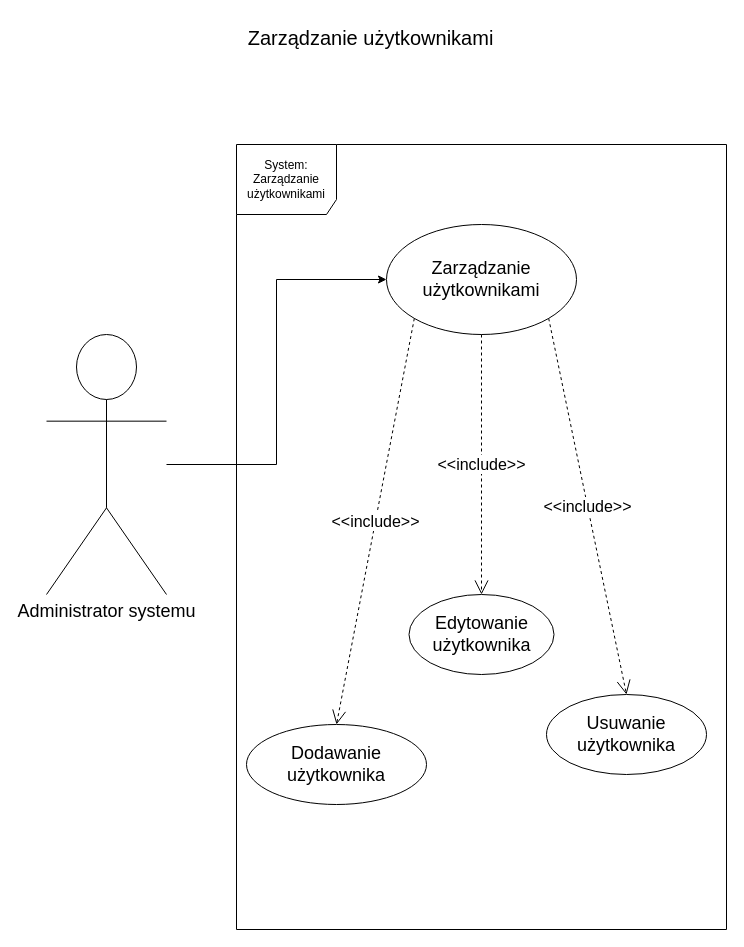
This is diagramy/PrzypadkiUzycia/Diagram1.drawio from kacperMa25/In-ynieriaOprogramowania, a draw.io file, before an edit. Source tidied: cells renumbered, new cells numbered last; positions are measured from the earlier drawing's top-left corner, leaving out a move shared by most shapes. Both pictures are drawn from the tidied source at 100%, with x=0, y=0 at pixel (46, 17).
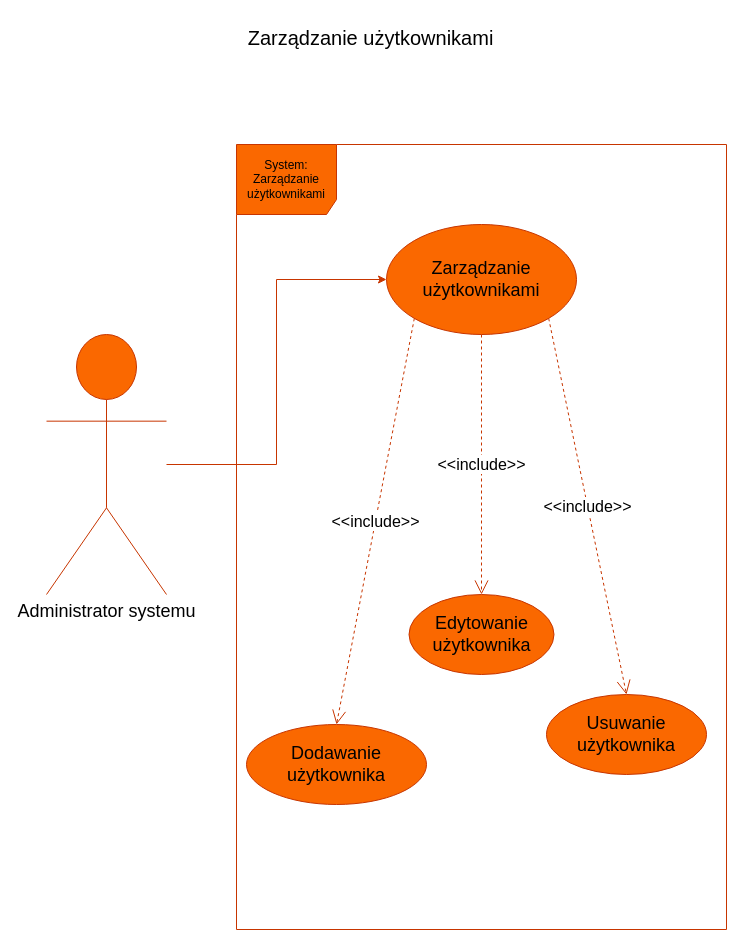
After the change.

What changed in the source:
```diff
@@
 <mxGraphModel>
   <root>
     <mxCell id="0" />
     <mxCell id="1" parent="0" />
-    <mxCell id="2" style="edgeStyle=orthogonalEdgeStyle;rounded=0;jettySize=auto;html=1;" parent="1" edge="1" source="3" target="5">
+    <mxCell id="2" style="edgeStyle=orthogonalEdgeStyle;rounded=0;jettySize=auto;html=1;fillColor=#fa6800;strokeColor=#C73500;" parent="1" edge="1" source="3" target="5">
       <mxGeometry relative="1" as="geometry" />
     </mxCell>
-    <mxCell id="3" value="&lt;font style=&quot;font-size: 18px;&quot;&gt;Administrator systemu&lt;/font&gt;" style="shape=umlActor;verticalLabelPosition=bottom;verticalAlign=top;html=1;align=center;" parent="1" vertex="1">
+    <mxCell id="3" value="&lt;font style=&quot;font-size: 18px;&quot;&gt;Administrator systemu&lt;/font&gt;" style="shape=umlActor;verticalLabelPosition=bottom;verticalAlign=top;html=1;align=center;fillColor=#fa6800;fontColor=#000000;strokeColor=#C73500;" parent="1" vertex="1">
       <mxGeometry y="317" width="120" height="260" as="geometry" />
     </mxCell>
-    <mxCell id="4" value="System: Zarządzanie użytkownikami" style="shape=umlFrame;whiteSpace=wrap;html=1;width=100;height=70;" parent="1" vertex="1">
+    <mxCell id="4" value="System: Zarządzanie użytkownikami" style="shape=umlFrame;whiteSpace=wrap;html=1;width=100;height=70;fillColor=#fa6800;fontColor=#000000;strokeColor=#C73500;" parent="1" vertex="1">
       <mxGeometry x="190" y="127" width="490" height="785" as="geometry" />
     </mxCell>
-    <mxCell id="5" value="&lt;font style=&quot;font-size: 18px;&quot;&gt;Zarządzanie użytkownikami&lt;/font&gt;" style="ellipse;whiteSpace=wrap;html=1;" parent="1" vertex="1">
+    <mxCell id="5" value="&lt;font style=&quot;font-size: 18px;&quot;&gt;Zarządzanie użytkownikami&lt;/font&gt;" style="ellipse;whiteSpace=wrap;html=1;fillColor=#fa6800;fontColor=#000000;strokeColor=#C73500;" parent="1" vertex="1">
       <mxGeometry x="340" y="207" width="190" height="110" as="geometry" />
     </mxCell>
-    <mxCell id="6" value="&lt;font style=&quot;font-size: 18px;&quot;&gt;Dodawanie użytkownika&lt;/font&gt;" style="ellipse;whiteSpace=wrap;html=1;" parent="1" vertex="1">
+    <mxCell id="6" value="&lt;font style=&quot;font-size: 18px;&quot;&gt;Dodawanie użytkownika&lt;/font&gt;" style="ellipse;whiteSpace=wrap;html=1;fillColor=#fa6800;fontColor=#000000;strokeColor=#C73500;" parent="1" vertex="1">
       <mxGeometry x="200" y="707" width="180" height="80" as="geometry" />
     </mxCell>
-    <mxCell id="7" value="&lt;font style=&quot;font-size: 18px;&quot;&gt;Usuwanie użytkownika&lt;/font&gt;" style="ellipse;whiteSpace=wrap;html=1;" parent="1" vertex="1">
+    <mxCell id="7" value="&lt;font style=&quot;font-size: 18px;&quot;&gt;Usuwanie użytkownika&lt;/font&gt;" style="ellipse;whiteSpace=wrap;html=1;fillColor=#fa6800;fontColor=#000000;strokeColor=#C73500;" parent="1" vertex="1">
       <mxGeometry x="500" y="677" width="160" height="80" as="geometry" />
     </mxCell>
-    <mxCell id="8" value="&lt;font style=&quot;font-size: 18px;&quot;&gt;Edytowanie użytkownika&lt;/font&gt;" style="ellipse;whiteSpace=wrap;html=1;" parent="1" vertex="1">
+    <mxCell id="8" value="&lt;font style=&quot;font-size: 18px;&quot;&gt;Edytowanie użytkownika&lt;/font&gt;" style="ellipse;whiteSpace=wrap;html=1;fillColor=#fa6800;fontColor=#000000;strokeColor=#C73500;" parent="1" vertex="1">
       <mxGeometry x="362.5" y="577" width="145" height="80" as="geometry" />
     </mxCell>
-    <mxCell id="9" value="&lt;font style=&quot;font-size: 16px;&quot;&gt;&amp;lt;&amp;lt;include&amp;gt;&amp;gt;&lt;/font&gt;" style="endArrow=open;endSize=12;dashed=1;html=1;rounded=0;exitX=0;exitY=1;exitDx=0;exitDy=0;entryX=0.5;entryY=0;entryDx=0;entryDy=0;" parent="1" edge="1" source="5" target="6">
+    <mxCell id="9" value="&lt;font style=&quot;font-size: 16px;&quot;&gt;&amp;lt;&amp;lt;include&amp;gt;&amp;gt;&lt;/font&gt;" style="endArrow=open;endSize=12;dashed=1;html=1;rounded=0;exitX=0;exitY=1;exitDx=0;exitDy=0;entryX=0.5;entryY=0;entryDx=0;entryDy=0;fillColor=#fa6800;strokeColor=#C73500;" parent="1" edge="1" source="5" target="6">
       <mxGeometry relative="1" as="geometry" />
     </mxCell>
-    <mxCell id="10" value="&lt;font style=&quot;font-size: 16px;&quot;&gt;&amp;lt;&amp;lt;include&amp;gt;&amp;gt;&lt;/font&gt;" style="endArrow=open;endSize=12;dashed=1;html=1;rounded=0;exitX=0.5;exitY=1;exitDx=0;exitDy=0;entryX=0.5;entryY=0;entryDx=0;entryDy=0;" parent="1" edge="1" source="5" target="8">
+    <mxCell id="10" value="&lt;font style=&quot;font-size: 16px;&quot;&gt;&amp;lt;&amp;lt;include&amp;gt;&amp;gt;&lt;/font&gt;" style="endArrow=open;endSize=12;dashed=1;html=1;rounded=0;exitX=0.5;exitY=1;exitDx=0;exitDy=0;entryX=0.5;entryY=0;entryDx=0;entryDy=0;fillColor=#fa6800;strokeColor=#C73500;" parent="1" edge="1" source="5" target="8">
       <mxGeometry relative="1" as="geometry" />
     </mxCell>
-    <mxCell id="11" value="&lt;font style=&quot;font-size: 16px;&quot;&gt;&amp;lt;&amp;lt;include&amp;gt;&amp;gt;&lt;/font&gt;" style="endArrow=open;endSize=12;dashed=1;html=1;rounded=0;exitX=1;exitY=1;exitDx=0;exitDy=0;entryX=0.5;entryY=0;entryDx=0;entryDy=0;" parent="1" edge="1" source="5" target="7">
+    <mxCell id="11" value="&lt;font style=&quot;font-size: 16px;&quot;&gt;&amp;lt;&amp;lt;include&amp;gt;&amp;gt;&lt;/font&gt;" style="endArrow=open;endSize=12;dashed=1;html=1;rounded=0;exitX=1;exitY=1;exitDx=0;exitDy=0;entryX=0.5;entryY=0;entryDx=0;entryDy=0;fillColor=#fa6800;strokeColor=#C73500;" parent="1" edge="1" source="5" target="7">
       <mxGeometry relative="1" as="geometry" />
     </mxCell>
     <mxCell id="12" value="&lt;font style=&quot;font-size: 20px;&quot;&gt;Zarządzanie użytkownikami&lt;/font&gt;" style="text;html=1;align=center;verticalAlign=middle;strokeColor=none;fillColor=none;" parent="1" vertex="1">
       <mxGeometry x="189" width="270" height="40" as="geometry" />
     </mxCell>
   </root>
 </mxGraphModel>
```
